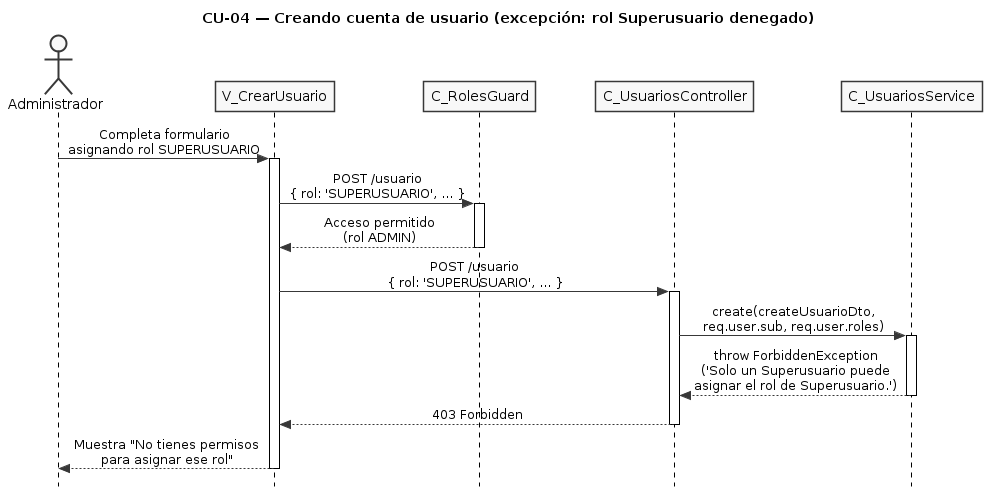
Before: diagramas/diagramas-secuencia/CU04/CU04-exc-rol-superusuario-denegado.png, a diagram exported from PlantUML (FSM-Finet-y-Cable-Magico/Team_1-Inventario-y-Bodega). The source it was exported from:
```plantuml
@startuml CU04-exc-rol-superusuario-denegado
title CU-04 — Creando cuenta de usuario (excepción: rol Superusuario denegado)

skinparam style strictuml
skinparam monochrome true
skinparam shadowing false
skinparam sequenceMessageAlign center
skinparam ParticipantPadding 25
skinparam ActorPadding 20
skinparam sequence {
  MessageAlign center
  LifeLineBorderColor black
}
hide footbox

actor "Administrador" as user
participant "V_CrearUsuario" as view
participant "C_RolesGuard" as guard
participant "C_UsuariosController" as ctrl
participant "C_UsuariosService" as svc

user -> view : Completa formulario\nasignando rol SUPERUSUARIO
activate view

view -> guard : POST /usuario\n{ rol: 'SUPERUSUARIO', ... }
activate guard

guard --> view : Acceso permitido\n(rol ADMIN)
deactivate guard

view -> ctrl : POST /usuario\n{ rol: 'SUPERUSUARIO', ... }
activate ctrl

ctrl -> svc : create(createUsuarioDto,\nreq.user.sub, req.user.roles)
activate svc

svc --> ctrl : throw ForbiddenException\n('Solo un Superusuario puede\nasignar el rol de Superusuario.')
deactivate svc

ctrl --> view : 403 Forbidden
deactivate ctrl

view --> user : Muestra "No tienes permisos\npara asignar ese rol"
deactivate view

@enduml
```
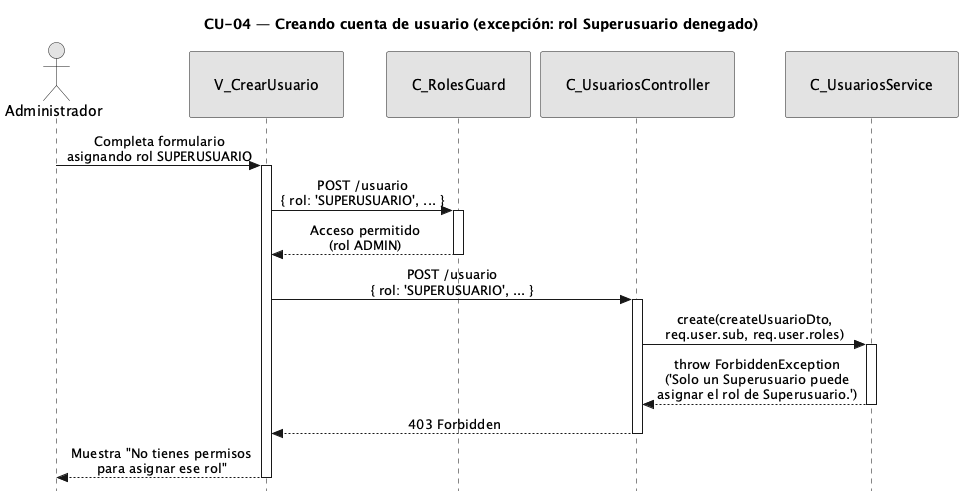
After the commit.

What changed in the source:
```diff
@@ -5,8 +5,16 @@
 skinparam monochrome true
 skinparam shadowing false
 skinparam sequenceMessageAlign center
-skinparam ParticipantPadding 25
-skinparam ActorPadding 20
+<style>
+sequenceDiagram {
+  participant {
+    padding 25
+  }
+  actor {
+    padding 20
+  }
+}
+</style>
 skinparam sequence {
   MessageAlign center
   LifeLineBorderColor black
```
